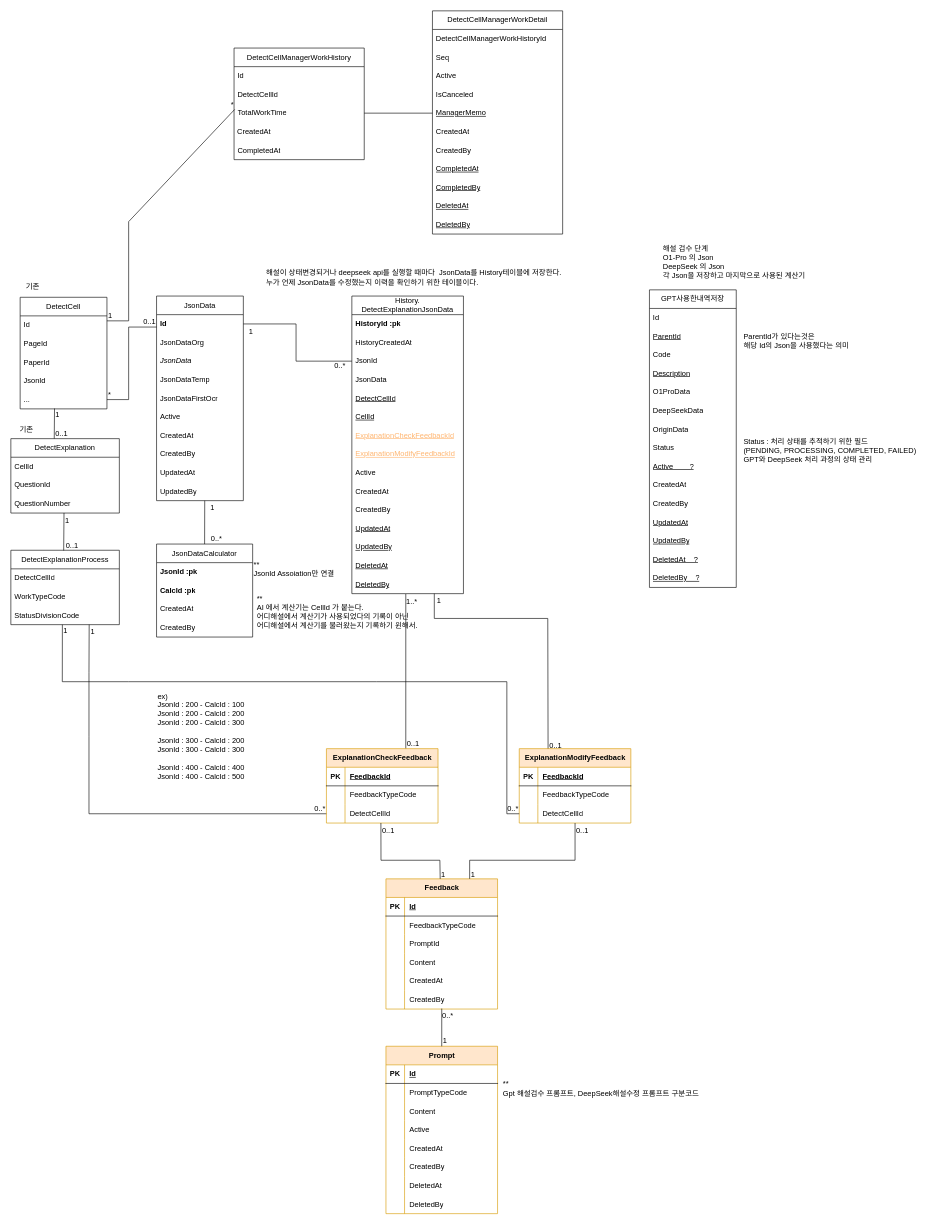
This is 자동해설-검수.drawio from hyeonzx/Explanation_Calculator, a draw.io file, before an edit. Source tidied: cells renumbered, new cells numbered last; positions are measured from the earlier drawing's top-left corner, leaving out a move shared by most shapes. Both pictures are drawn from the tidied source at 62%, with x=0, y=0 at pixel (11, 11).
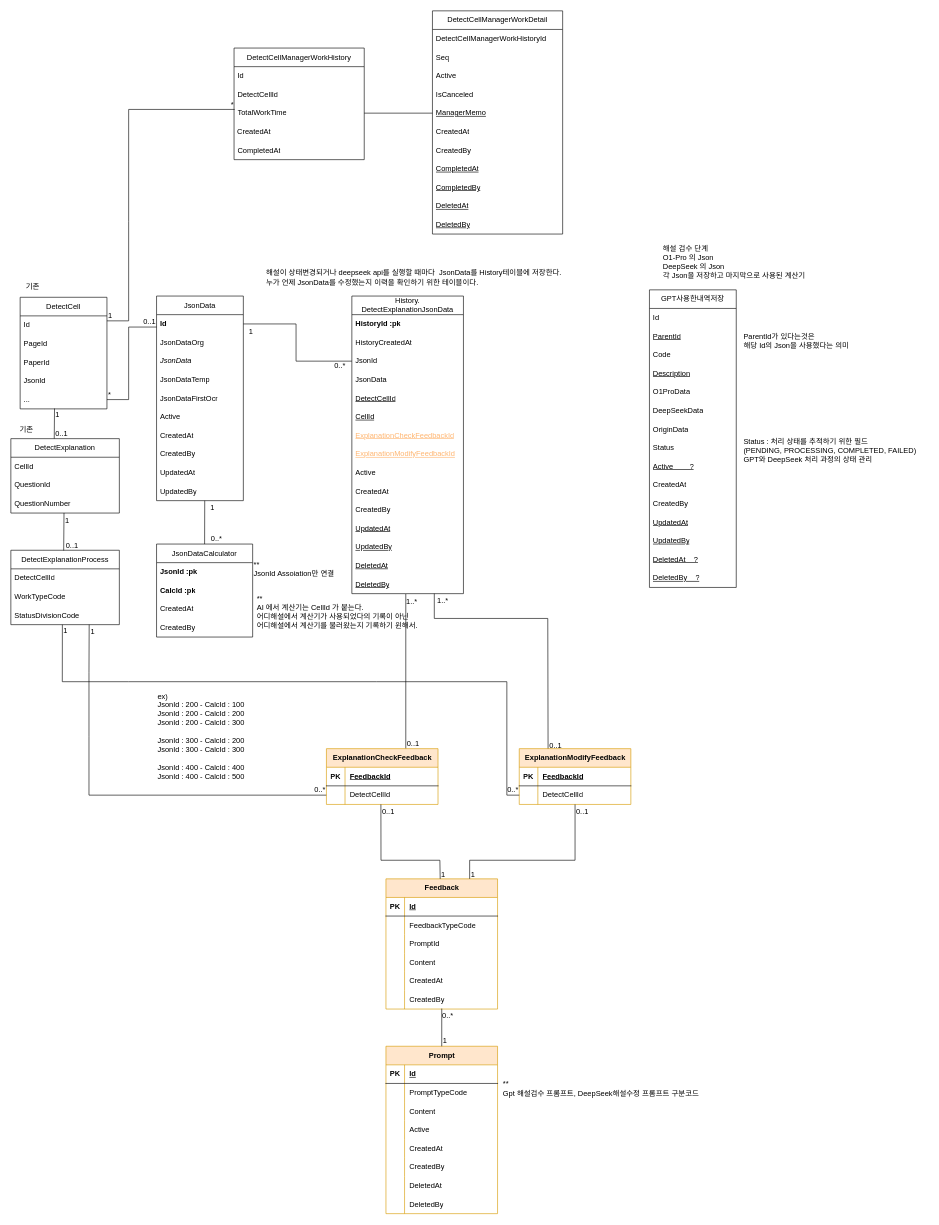
The same diagram, later.

Commit message:
자동해설-검수.drawio 업데이트

The change refers to these unchanged cells:
```xml
<mxCell id="47" value="StatusDivisionCode" style="text;strokeColor=none;fillColor=none;align=left;verticalAlign=middle;spacingLeft=4;spacingRight=4;overflow=hidden;points=[[0,0.5],[1,0.5]];portConstraint=eastwest;whiteSpace=wrap;html=1;" parent="44" vertex="1">
  <mxGeometry y="90" width="175" height="30" as="geometry" />
</mxCell>
<mxCell id="65" value="TotalWorkTime" style="text;strokeColor=none;fillColor=none;align=left;verticalAlign=middle;spacingLeft=4;spacingRight=4;overflow=hidden;points=[[0,0.5],[1,0.5]];portConstraint=eastwest;whiteSpace=wrap;html=1;" parent="62" vertex="1">
  <mxGeometry y="90" width="210" height="30" as="geometry" />
</mxCell>
<mxCell id="161" style="endArrow=none;html=1;rounded=0;exitX=0.447;exitY=0.03;exitDx=0;exitDy=0;exitPerimeter=0;" parent="1" edge="1">
  <mxGeometry relative="1" as="geometry">
    <mxPoint x="866.5" y="1193.6" as="sourcePoint" />
    <mxPoint x="683" y="940" as="targetPoint" />
    <Array as="points">
      <mxPoint x="866" y="980" />
      <mxPoint x="683" y="980" />
    </Array>
  </mxGeometry>
</mxCell>
```

Diff of the diagram source:
```diff
@@
     <mxCell id="68" style="endArrow=none;html=1;rounded=0;entryX=0.005;entryY=0.3;entryDx=0;entryDy=0;entryPerimeter=0;" parent="1" edge="1" target="65">
       <mxGeometry relative="1" as="geometry">
         <mxPoint x="155" y="500" as="sourcePoint" />
         <Array as="points">
           <mxPoint x="190" y="500" />
           <mxPoint x="190" y="340" />
+          <mxPoint x="190" y="159" />
         </Array>
       </mxGeometry>
     </mxCell>
@@
     <mxCell id="155" style="endArrow=none;html=1;rounded=0;exitX=0.722;exitY=0.999;exitDx=0;exitDy=0;entryX=0;entryY=0.5;entryDx=0;entryDy=0;exitPerimeter=0;" parent="1" edge="1" source="47" target="174">
       <mxGeometry relative="1" as="geometry">
         <Array as="points">
           <mxPoint x="126" y="1067" />
           <mxPoint x="126" y="1170" />
-          <mxPoint x="126" y="1295" />
+          <mxPoint x="126" y="1265" />
         </Array>
       </mxGeometry>
     </mxCell>
@@
-    <mxCell id="163" value="1" style="html=1;whiteSpace=wrap;align=right;verticalAlign=bottom;" parent="161" vertex="1">
+    <mxCell id="163" value="1..*" style="html=1;whiteSpace=wrap;align=right;verticalAlign=bottom;" parent="161" vertex="1">
       <mxGeometry x="1" relative="1" as="geometry">
-        <mxPoint x="12" y="20" as="offset" />
+        <mxPoint x="24" y="20" as="offset" />
       </mxGeometry>
     </mxCell>
@@
     <mxCell id="167" value="ExplanationCheckFeedback" style="shape=table;startSize=30;childLayout=tableLayout;rowLines=0;fontStyle=1;align=center;html=1;fillColor=#ffe6cc;strokeColor=#d79b00;" parent="1" vertex="1">
-      <mxGeometry x="509" y="1190" width="180" height="120" as="geometry" />
+      <mxGeometry x="509" y="1190" width="180" height="90" as="geometry" />
     </mxCell>
@@
-    <mxCell id="171" style="shape=tableRow;horizontal=0;startSize=0;swimlaneHead=0;swimlaneBody=0;fillColor=none;top=0;left=0;right=0;bottom=0;" parent="167" vertex="1">
-      <mxGeometry y="60" width="180" height="30" as="geometry" />
-    </mxCell>
-    <mxCell id="172" style="shape=partialRectangle;fillColor=none;top=0;left=0;bottom=0;right=0;overflow=hidden;whiteSpace=wrap;html=1;" parent="171" vertex="1">
-      <mxGeometry width="30" height="30" as="geometry" />
-    </mxCell>
-    <mxCell id="173" value="FeedbackTypeCode" style="shape=partialRectangle;fillColor=none;top=0;left=0;bottom=0;right=0;align=left;spacingLeft=6;overflow=hidden;whiteSpace=wrap;html=1;" parent="171" vertex="1">
-      <mxGeometry x="30" width="150" height="30" as="geometry" />
-    </mxCell>
     <mxCell id="174" style="shape=tableRow;horizontal=0;startSize=0;swimlaneHead=0;swimlaneBody=0;fillColor=none;points=[[0,0.5],[1,0.5]];portConstraint=eastwest;top=0;left=0;right=0;bottom=0;" parent="167" vertex="1">
-      <mxGeometry y="90" width="180" height="30" as="geometry" />
+      <mxGeometry y="60" width="180" height="30" as="geometry" />
     </mxCell>
@@
     <mxCell id="177" value="ExplanationModifyFeedback" style="shape=table;startSize=30;childLayout=tableLayout;rowLines=0;fontStyle=1;align=center;html=1;fillColor=#ffe6cc;strokeColor=#d79b00;" parent="1" vertex="1">
-      <mxGeometry x="820" y="1190" width="180" height="120" as="geometry" />
+      <mxGeometry x="820" y="1190" width="180" height="90" as="geometry" />
     </mxCell>
@@
-    <mxCell id="181" style="shape=tableRow;horizontal=0;startSize=0;swimlaneHead=0;swimlaneBody=0;fillColor=none;top=0;left=0;right=0;bottom=0;" parent="177" vertex="1">
-      <mxGeometry y="60" width="180" height="30" as="geometry" />
-    </mxCell>
-    <mxCell id="182" style="shape=partialRectangle;fillColor=none;top=0;left=0;bottom=0;right=0;overflow=hidden;whiteSpace=wrap;html=1;" parent="181" vertex="1">
-      <mxGeometry width="30" height="30" as="geometry" />
-    </mxCell>
-    <mxCell id="183" value="FeedbackTypeCode" style="shape=partialRectangle;fillColor=none;top=0;left=0;bottom=0;right=0;align=left;spacingLeft=6;overflow=hidden;whiteSpace=wrap;html=1;" parent="181" vertex="1">
-      <mxGeometry x="30" width="150" height="30" as="geometry" />
-    </mxCell>
     <mxCell id="184" style="shape=tableRow;horizontal=0;startSize=0;swimlaneHead=0;swimlaneBody=0;fillColor=none;points=[[0,0.5],[1,0.5]];portConstraint=eastwest;top=0;left=0;right=0;bottom=0;" parent="177" vertex="1">
-      <mxGeometry y="90" width="180" height="30" as="geometry" />
+      <mxGeometry y="60" width="180" height="30" as="geometry" />
     </mxCell>
@@
     <mxCell id="190" style="endArrow=none;html=1;rounded=0;exitX=0.475;exitY=1.004;exitDx=0;exitDy=0;entryX=0;entryY=0.5;entryDx=0;entryDy=0;exitPerimeter=0;" parent="1" edge="1" source="47" target="184">
       <mxGeometry relative="1" as="geometry">
         <Array as="points">
           <mxPoint x="83" y="1082" />
           <mxPoint x="190" y="1082" />
           <mxPoint x="590" y="1082" />
           <mxPoint x="800" y="1082" />
-          <mxPoint x="800" y="1295" />
+          <mxPoint x="800" y="1265" />
         </Array>
       </mxGeometry>
     </mxCell>
```
